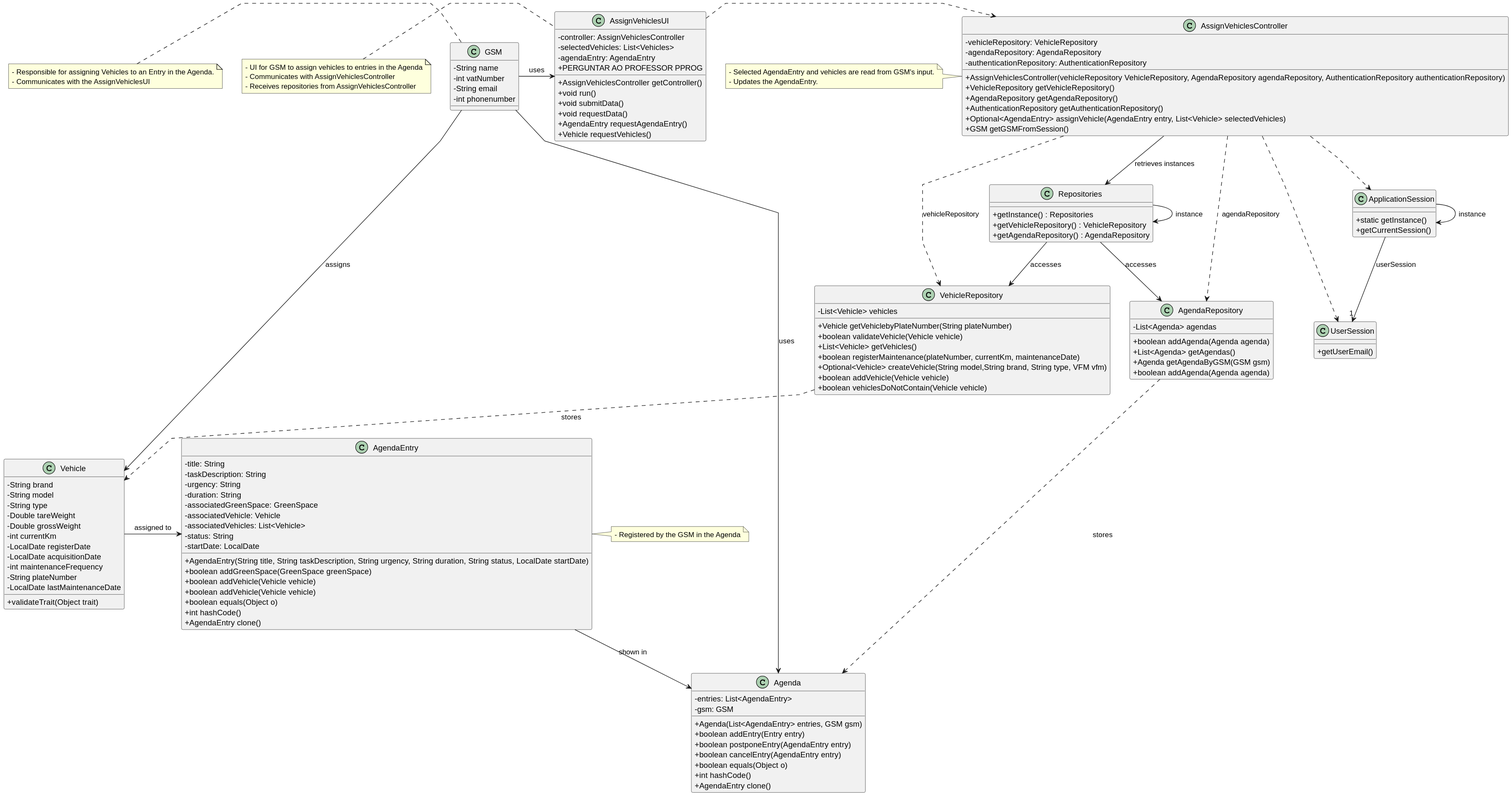
The PlantUML diagram docs/sprint3/us026/03.design/svg/us026-class-diagram.svg in tiagosoa/lei-24-s2-1dgh-g073, before a commit. The source it was exported from:
```plantuml
@startuml
skinparam packageStyle rectangle
skinparam shadowing false
skinparam linetype polyline

skinparam classAttributeIconSize 0

class ApplicationSession
{
    + static getInstance()
    + getCurrentSession()
}

class UserSession
{
    + getUserEmail()
}

class Vehicle {
  - String brand
  - String model
  - String type
  - Double tareWeight
  - Double grossWeight
  - int currentKm
  - LocalDate registerDate
  - LocalDate acquisitionDate
  - int maintenanceFrequency
  - String plateNumber
  - LocalDate lastMaintenanceDate
  + validateTrait(Object trait)
}

class VehicleRepository {
  - List<Vehicle> vehicles
  + Vehicle getVehiclebyPlateNumber(String plateNumber)
  + boolean validateVehicle(Vehicle vehicle)
  + List<Vehicle> getVehicles()
  + boolean registerMaintenance(plateNumber, currentKm, maintenanceDate)
  + Optional<Vehicle> createVehicle(String model,String brand, String type, VFM vfm)
  + boolean addVehicle(Vehicle vehicle)
  + boolean vehiclesDoNotContain(Vehicle vehicle)
}

class AgendaEntry {
    - title: String
    - taskDescription: String
    - urgency: String
    - duration: String
    - associatedGreenSpace: GreenSpace
    - associatedVehicle: Vehicle
    - associatedVehicles: List<Vehicle>
    - status: String
    - startDate: LocalDate
    + AgendaEntry(String title, String taskDescription, String urgency, String duration, String status, LocalDate startDate)
    + boolean addGreenSpace(GreenSpace greenSpace)
    + boolean addVehicle(Vehicle vehicle)
    + boolean addVehicle(Vehicle vehicle)
    + boolean equals(Object o)
    + int hashCode()
    + AgendaEntry clone()
}

class Agenda {
    - entries: List<AgendaEntry>
    - gsm: GSM
    + Agenda(List<AgendaEntry> entries, GSM gsm)
    + boolean addEntry(Entry entry)
    + boolean postponeEntry(AgendaEntry entry)
    + boolean cancelEntry(AgendaEntry entry)
    + boolean equals(Object o)
    + int hashCode()
    + AgendaEntry clone()
}

class AgendaRepository {
  - List<Agenda> agendas
  + boolean addAgenda(Agenda agenda)
  + List<Agenda> getAgendas()
  + Agenda getAgendaByGSM(GSM gsm)
  + boolean addAgenda(Agenda agenda)
}

class Repositories {
  + getInstance() : Repositories
  + getVehicleRepository() : VehicleRepository
  + getAgendaRepository() : AgendaRepository
}

class AssignVehiclesUI {
  - controller: AssignVehiclesController
  - selectedVehicles: List<Vehicles>
  - agendaEntry: AgendaEntry
  + AssignVehiclesController getController()
  + void run()
  + void submitData()
  + void requestData()
  + AgendaEntry requestAgendaEntry()
  + Vehicle requestVehicles()
  + PERGUNTAR AO PROFESSOR PPROG
}

class AssignVehiclesController {
  - vehicleRepository: VehicleRepository
  - agendaRepository: AgendaRepository
  - authenticationRepository: AuthenticationRepository
  + AssignVehiclesController(vehicleRepository VehicleRepository, AgendaRepository agendaRepository, AuthenticationRepository authenticationRepository)
  + VehicleRepository getVehicleRepository()
  + AgendaRepository getAgendaRepository()
  + AuthenticationRepository getAuthenticationRepository()
  + Optional<AgendaEntry> assignVehicle(AgendaEntry entry, List<Vehicle> selectedVehicles)
  + GSM getGSMFromSession()
}

class GSM {
   - String name
   - int vatNumber
   - String email
   - int phonenumber
}

note left of AssignVehiclesController
  - Selected AgendaEntry and vehicles are read from GSM's input.
  - Updates the AgendaEntry.
end note

note left of GSM
 - Responsible for assigning Vehicles to an Entry in the Agenda.
 - Communicates with the AssignVehiclesUI
end note

note left of AssignVehiclesUI
  - UI for GSM to assign vehicles to entries in the Agenda
  - Communicates with AssignVehiclesController
  - Receives repositories from AssignVehiclesController
end note

note right of AgendaEntry
 - Registered by the GSM in the Agenda
end note

GSM --> Vehicle: assigns
Vehicle -> AgendaEntry: assigned to
GSM --> Agenda: uses
AgendaEntry --> Agenda: shown in
GSM -> AssignVehiclesUI: uses

Repositories -> Repositories : instance
ApplicationSession -> ApplicationSession : instance

AssignVehiclesUI .> AssignVehiclesController

AssignVehiclesController -down-> Repositories : retrieves instances

Repositories -down-> AgendaRepository : accesses
Repositories -down-> VehicleRepository : accesses

AssignVehiclesController ..> VehicleRepository : vehicleRepository
AssignVehiclesController ..> AgendaRepository : agendaRepository

ApplicationSession --> "1" UserSession : userSession

AssignVehiclesController ..> ApplicationSession
AssignVehiclesController ..> UserSession

VehicleRepository ..> Vehicle: stores
AgendaRepository ..> Agenda: stores
@enduml
```
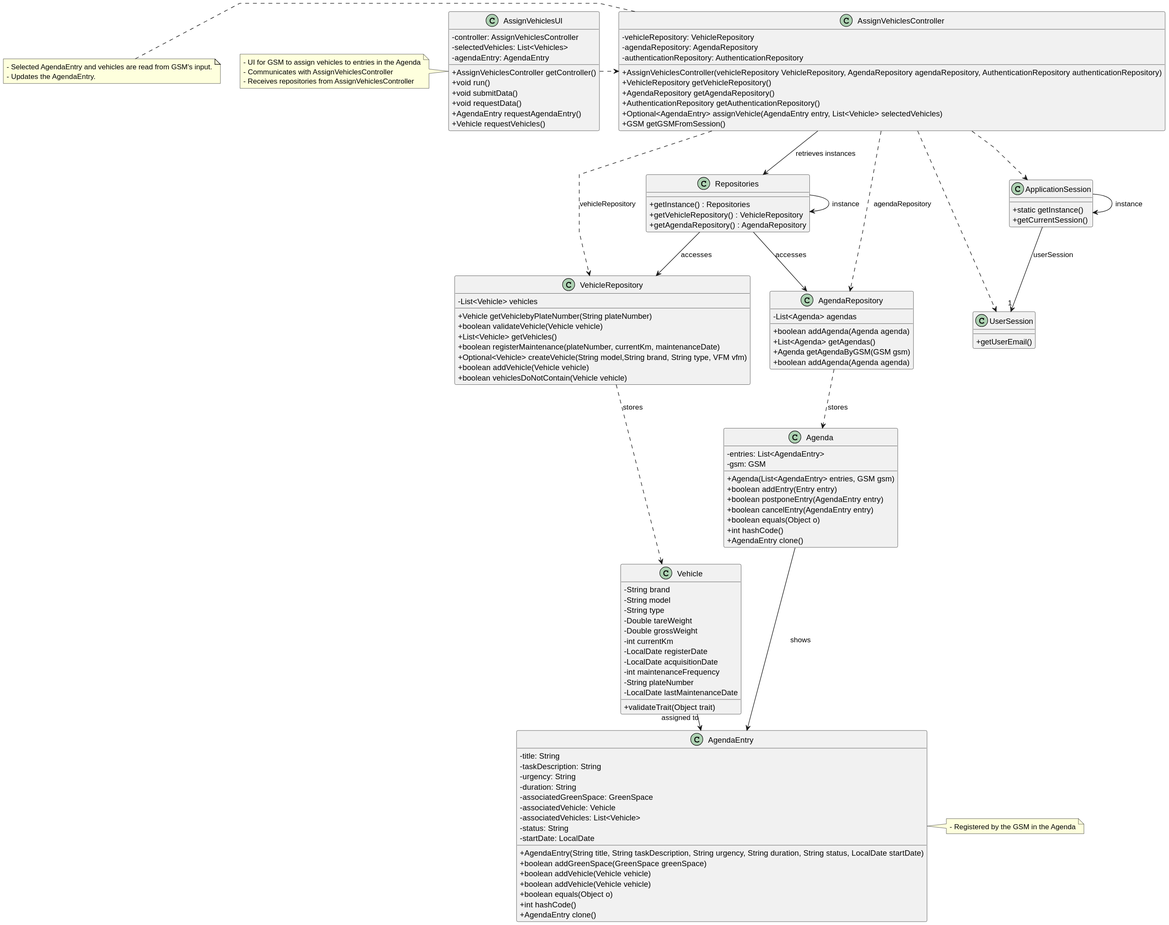
Later version of the same file.

The edit, as a diff of the source:
```diff
@@ -97,7 +97,6 @@
   + void requestData()
   + AgendaEntry requestAgendaEntry()
   + Vehicle requestVehicles()
-  + PERGUNTAR AO PROFESSOR PPROG
 }
 
 class AssignVehiclesController {
@@ -112,21 +111,9 @@
   + GSM getGSMFromSession()
 }
 
-class GSM {
-   - String name
-   - int vatNumber
-   - String email
-   - int phonenumber
-}
-
 note left of AssignVehiclesController
   - Selected AgendaEntry and vehicles are read from GSM's input.
   - Updates the AgendaEntry.
-end note
-
-note left of GSM
- - Responsible for assigning Vehicles to an Entry in the Agenda.
- - Communicates with the AssignVehiclesUI
 end note
 
 note left of AssignVehiclesUI
@@ -139,11 +126,9 @@
  - Registered by the GSM in the Agenda
 end note
 
-GSM --> Vehicle: assigns
 Vehicle -> AgendaEntry: assigned to
-GSM --> Agenda: uses
-AgendaEntry --> Agenda: shown in
-GSM -> AssignVehiclesUI: uses
+
+Agenda --> AgendaEntry: shows
 
 Repositories -> Repositories : instance
 ApplicationSession -> ApplicationSession : instance
```
